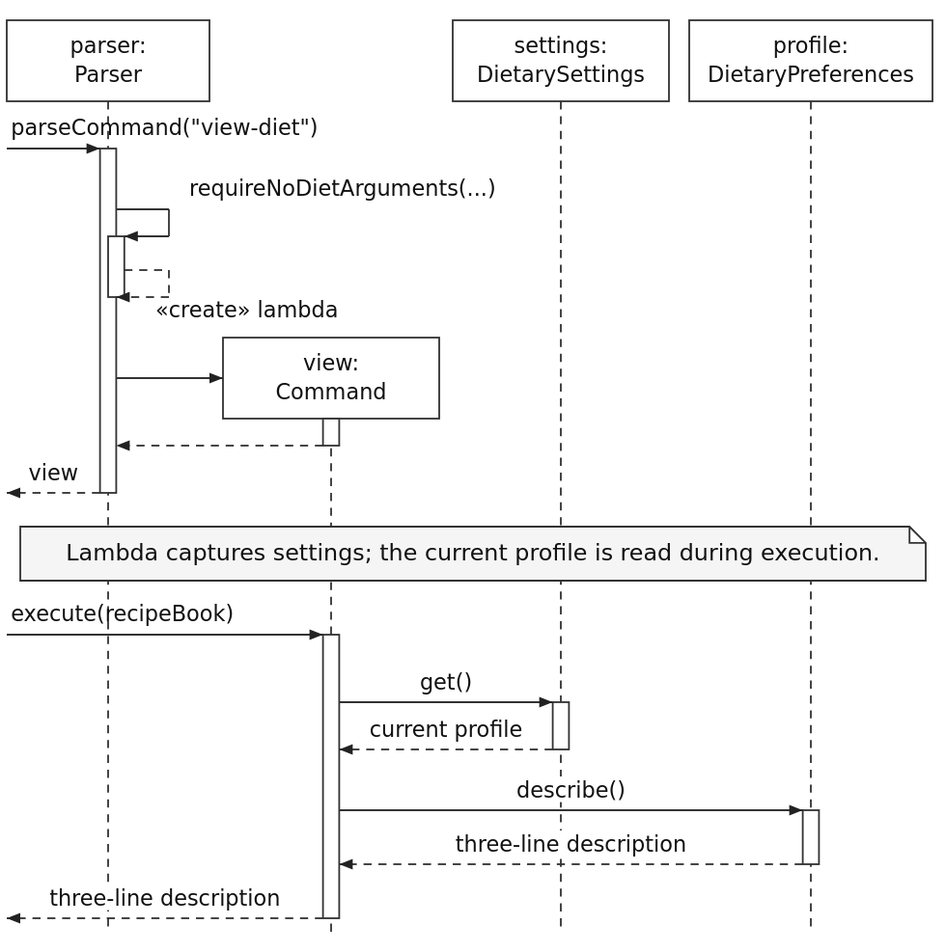
AY2627S1-CS2113-W13-4/tp keeps this PlantUML diagram as docs/images/peilingggg/dietary/viewing.svg. Above is the earlier version. Its source is kept beside it as docs/diagrams/peilingggg/dietary/viewing.puml.
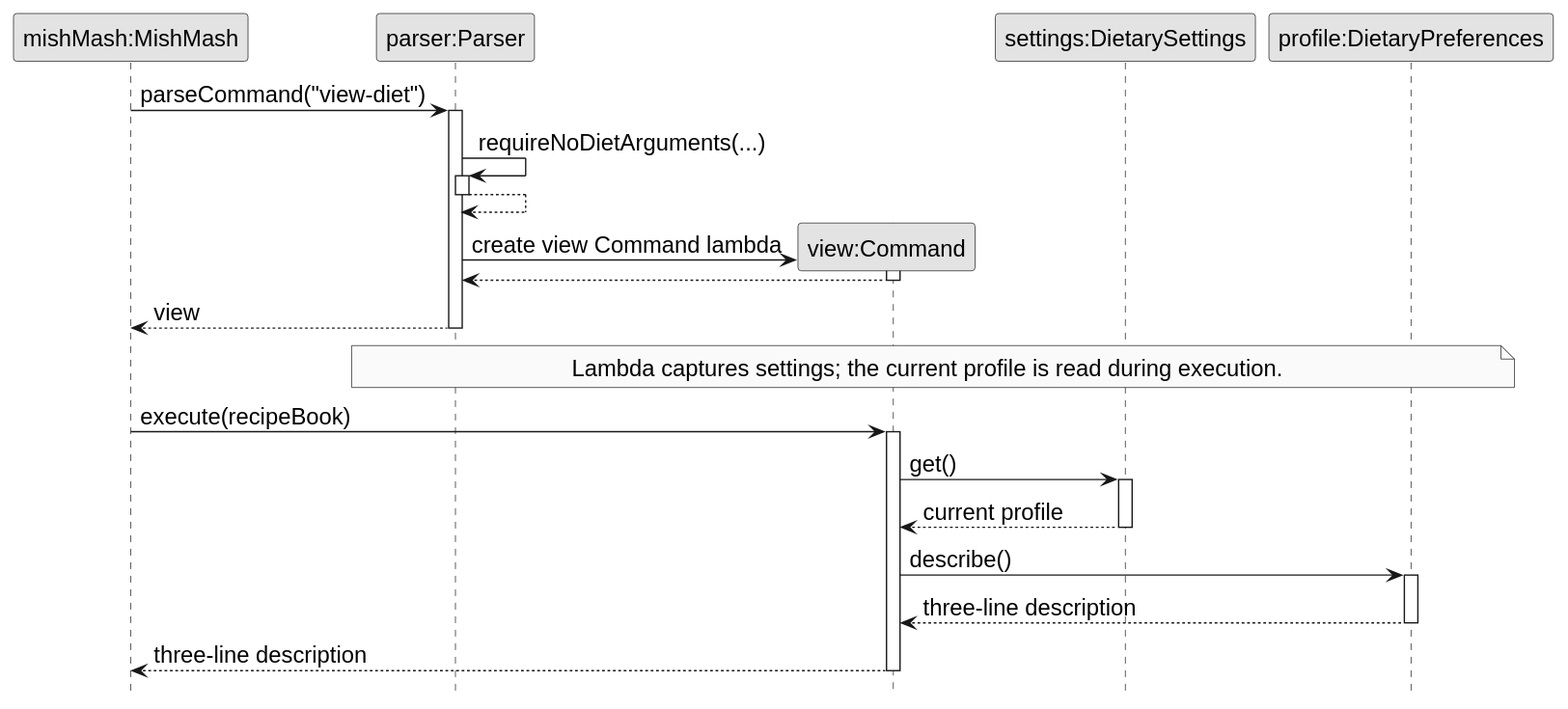
Later version of the same file.

Diff of the diagram source:
```diff
@@ -5,27 +5,28 @@
 skinparam shadowing false
 skinparam monochrome true
 hide footbox
-participant "parser:\nParser" as P
-participant "view:\nCommand" as C
-participant "settings:\nDietarySettings" as S
-participant "profile:\nDietaryPreferences" as D
-[-> P : parseCommand("view-diet")
+participant "mishMash:MishMash" as App
+participant "parser:Parser" as P
+participant "view:Command" as C
+participant "settings:DietarySettings" as S
+participant "profile:DietaryPreferences" as D
+App -> P : parseCommand("view-diet")
 activate P
 P -> P : requireNoDietArguments(...)
 activate P
 P --> P
 deactivate P
 create C
-P -> C : <<create>> lambda
+P -> C : create view Command lambda
 activate C
 C --> P
 deactivate C
-P -->[ : view
+P --> App : view
 deactivate P
 note over P, D
   Lambda captures settings; the current profile is read during execution.
 end note
-[-> C : execute(recipeBook)
+App -> C : execute(recipeBook)
 activate C
 C -> S : get()
 activate S
@@ -35,6 +36,6 @@
 activate D
 D --> C : three-line description
 deactivate D
-C -->[ : three-line description
+C --> App : three-line description
 deactivate C
 @enduml
```
